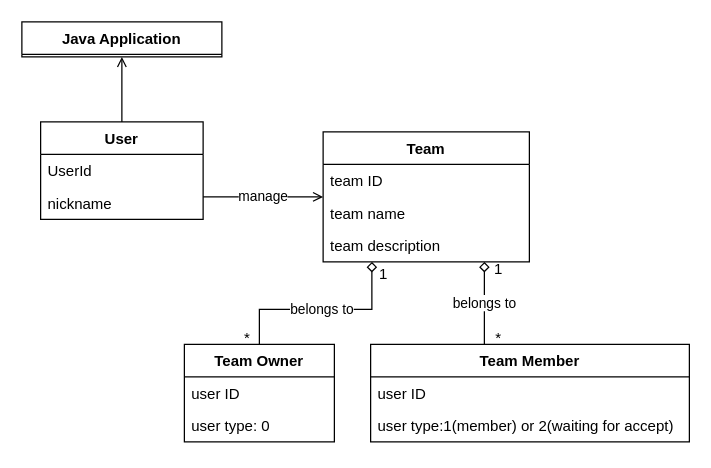
This is Domain5.drawio from ONFFLine/Diagram, a draw.io file, before an edit. Source tidied: cells renumbered, new cells numbered last; positions are measured from the earlier drawing's top-left corner, leaving out a move shared by most shapes. Both pictures are drawn from the tidied source at 125%, with x=0, y=0 at pixel (21, 21).
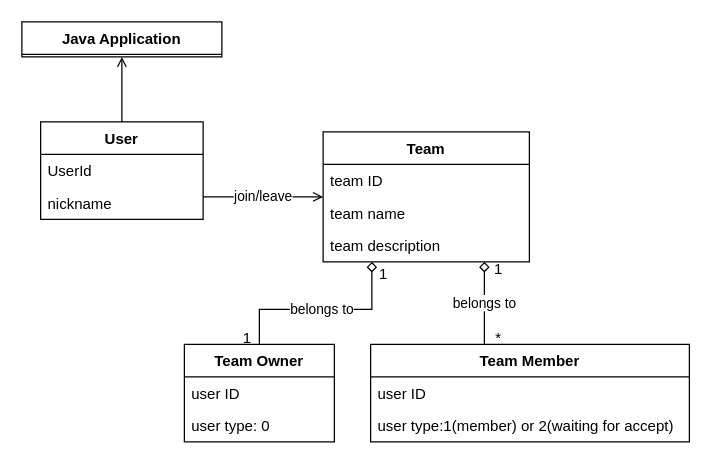
Above is the later version.

The change refers to these unchanged cells:
```xml
<mxCell id="2" value="Team" style="swimlane;fontStyle=1;align=center;verticalAlign=top;horizontal=1;startSize=26;" parent="1" vertex="1">
  <mxGeometry x="241" y="88" width="165" height="104" as="geometry" />
</mxCell>
<mxCell id="9" value="User" style="swimlane;fontStyle=1;align=center;verticalAlign=top;horizontal=1;startSize=26;" parent="1" vertex="1">
  <mxGeometry x="15" y="80" width="130" height="78" as="geometry" />
</mxCell>
```

The edit, as a diff of the source:
```diff
@@
-    <mxCell id="7" value="manage" style="edgeStyle=orthogonalEdgeStyle;rounded=0;jettySize=auto;html=1;endArrow=open;endFill=0;" parent="1" edge="1" source="9" target="2">
+    <mxCell id="7" value="join/leave" style="edgeStyle=orthogonalEdgeStyle;rounded=0;jettySize=auto;html=1;endArrow=open;endFill=0;" parent="1" edge="1" source="9" target="2">
       <mxGeometry relative="1" as="geometry">
         <Array as="points">
           <mxPoint x="185" y="140" />
           <mxPoint x="185" y="140" />
         </Array>
       </mxGeometry>
     </mxCell>
@@
-    <mxCell id="23" value="*" style="text;html=1;align=center;verticalAlign=middle;strokeColor=none;" parent="1" vertex="1">
+    <mxCell id="23" value="1" style="text;html=1;align=center;verticalAlign=middle;strokeColor=none;" parent="1" vertex="1">
       <mxGeometry x="170" y="243" width="20" height="20" as="geometry" />
     </mxCell>
```
